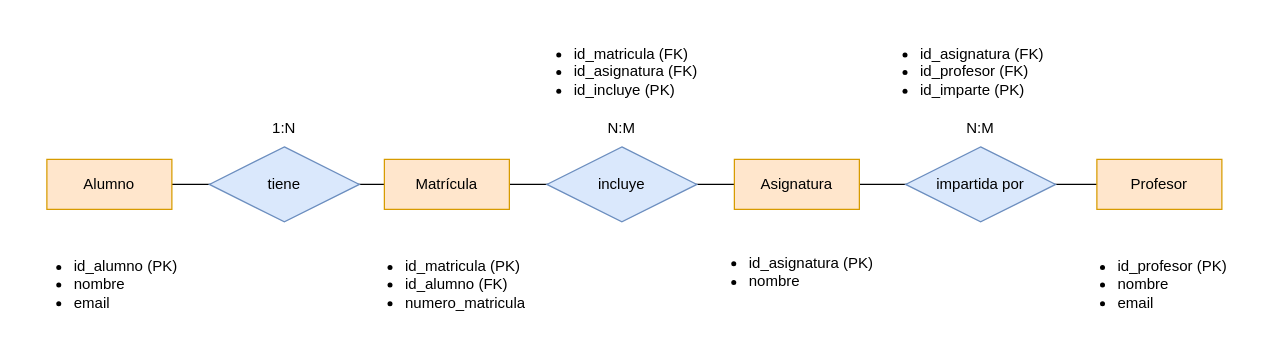
This is E1. Universidad.drawio from Milikituki/PracticasBBDD, a draw.io file, before an edit. Source tidied: cells renumbered, new cells numbered last; positions are measured from the earlier drawing's top-left corner, leaving out a move shared by most shapes. Both pictures are drawn from the tidied source at 125%, with x=0, y=0 at pixel (21, 21).
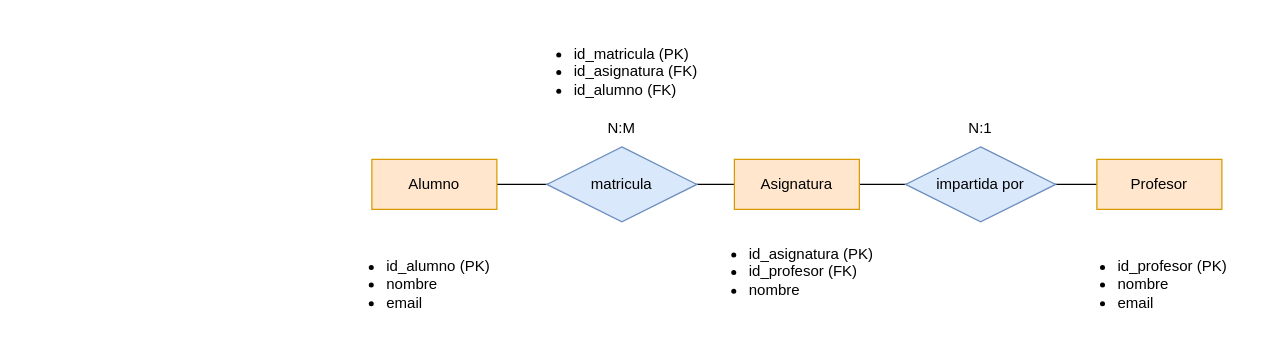
The same diagram, later.

Commit message (it also covers changes not shown here):
ejercicio universidad corregido

The edit, as a diff of the source:
```diff
@@
 <mxGraphModel>
   <root>
     <mxCell id="0" />
     <mxCell id="1" parent="0" />
     <mxCell id="2" style="edgeStyle=orthogonalEdgeStyle;rounded=0;jettySize=auto;html=1;entryX=0;entryY=0.5;entryDx=0;entryDy=0;endArrow=none;endFill=0;" parent="1" edge="1" source="3" target="6">
       <mxGeometry relative="1" as="geometry" />
     </mxCell>
     <mxCell id="3" value="Alumno" style="whiteSpace=wrap;html=1;align=center;fillColor=#ffe6cc;strokeColor=#d79b00;" parent="1" vertex="1">
-      <mxGeometry x="20" y="110" width="100" height="40" as="geometry" />
+      <mxGeometry x="280" y="110" width="100" height="40" as="geometry" />
     </mxCell>
-    <mxCell id="4" value="Matrícula" style="whiteSpace=wrap;html=1;align=center;fillColor=#ffe6cc;strokeColor=#d79b00;" parent="1" vertex="1">
-      <mxGeometry x="290" y="110" width="100" height="40" as="geometry" />
-    </mxCell>
     <mxCell id="5" value="Asignatura" style="whiteSpace=wrap;html=1;align=center;fillColor=#ffe6cc;strokeColor=#d79b00;" parent="1" vertex="1">
       <mxGeometry x="570" y="110" width="100" height="40" as="geometry" />
     </mxCell>
     <mxCell id="6" value="Profesor" style="whiteSpace=wrap;html=1;align=center;fillColor=#ffe6cc;strokeColor=#d79b00;" parent="1" vertex="1">
       <mxGeometry x="860" y="110" width="100" height="40" as="geometry" />
     </mxCell>
-    <mxCell id="7" value="tiene" style="shape=rhombus;perimeter=rhombusPerimeter;whiteSpace=wrap;html=1;align=center;fillColor=#dae8fc;strokeColor=#6c8ebf;" parent="1" vertex="1">
-      <mxGeometry x="150" y="100" width="120" height="60" as="geometry" />
-    </mxCell>
-    <mxCell id="8" value="incluye" style="shape=rhombus;perimeter=rhombusPerimeter;whiteSpace=wrap;html=1;align=center;fillColor=#dae8fc;strokeColor=#6c8ebf;" parent="1" vertex="1">
+    <mxCell id="8" value="matricula" style="shape=rhombus;perimeter=rhombusPerimeter;whiteSpace=wrap;html=1;align=center;fillColor=#dae8fc;strokeColor=#6c8ebf;" parent="1" vertex="1">
       <mxGeometry x="420" y="100" width="120" height="60" as="geometry" />
     </mxCell>
     <mxCell id="9" value="impartida por" style="shape=rhombus;perimeter=rhombusPerimeter;whiteSpace=wrap;html=1;align=center;fillColor=#dae8fc;strokeColor=#6c8ebf;" parent="1" vertex="1">
       <mxGeometry x="707" y="100" width="120" height="60" as="geometry" />
     </mxCell>
-    <mxCell id="10" value="1:N" style="text;html=1;whiteSpace=wrap;strokeColor=none;fillColor=none;align=center;verticalAlign=middle;rounded=0;" parent="1" vertex="1">
-      <mxGeometry x="180" y="70" width="60" height="30" as="geometry" />
-    </mxCell>
     <mxCell id="11" value="N:M" style="text;html=1;whiteSpace=wrap;strokeColor=none;fillColor=none;align=center;verticalAlign=middle;rounded=0;" parent="1" vertex="1">
       <mxGeometry x="450" y="70" width="60" height="30" as="geometry" />
     </mxCell>
-    <mxCell id="12" value="N:M" style="text;html=1;whiteSpace=wrap;strokeColor=none;fillColor=none;align=center;verticalAlign=middle;rounded=0;" parent="1" vertex="1">
+    <mxCell id="12" value="N:1" style="text;html=1;whiteSpace=wrap;strokeColor=none;fillColor=none;align=center;verticalAlign=middle;rounded=0;" parent="1" vertex="1">
       <mxGeometry x="737" y="70" width="60" height="30" as="geometry" />
     </mxCell>
     <mxCell id="13" value="&lt;ul&gt;&lt;li&gt;id_alumno (PK)&lt;/li&gt;&lt;li&gt;nombre&lt;/li&gt;&lt;li&gt;email&lt;/li&gt;&lt;/ul&gt;" style="text;strokeColor=none;fillColor=none;html=1;whiteSpace=wrap;verticalAlign=middle;overflow=hidden;" parent="1" vertex="1">
-      <mxGeometry y="170" width="150" height="80" as="geometry" />
+      <mxGeometry x="250" y="170" width="150" height="80" as="geometry" />
     </mxCell>
-    <mxCell id="14" value="&lt;ul&gt;&lt;li&gt;id_matricula (PK)&lt;/li&gt;&lt;li&gt;id_alumno (FK)&lt;/li&gt;&lt;li&gt;numero_matricula&lt;/li&gt;&lt;/ul&gt;" style="text;strokeColor=none;fillColor=none;html=1;whiteSpace=wrap;verticalAlign=middle;overflow=hidden;" parent="1" vertex="1">
-      <mxGeometry x="265" y="170" width="150" height="80" as="geometry" />
-    </mxCell>
-    <mxCell id="15" value="&lt;ul&gt;&lt;li&gt;id_asignatura (PK)&lt;/li&gt;&lt;li&gt;nombre&lt;/li&gt;&lt;/ul&gt;" style="text;strokeColor=none;fillColor=none;html=1;whiteSpace=wrap;verticalAlign=middle;overflow=hidden;" parent="1" vertex="1">
+    <mxCell id="15" value="&lt;ul&gt;&lt;li&gt;id_asignatura (PK)&lt;/li&gt;&lt;li&gt;id_profesor (FK)&lt;/li&gt;&lt;li&gt;nombre&lt;/li&gt;&lt;/ul&gt;" style="text;strokeColor=none;fillColor=none;html=1;whiteSpace=wrap;verticalAlign=middle;overflow=hidden;" parent="1" vertex="1">
       <mxGeometry x="540" y="160" width="150" height="80" as="geometry" />
     </mxCell>
     <mxCell id="16" value="&lt;ul&gt;&lt;li&gt;id_profesor (PK)&lt;/li&gt;&lt;li&gt;nombre&lt;/li&gt;&lt;li&gt;email&lt;/li&gt;&lt;/ul&gt;" style="text;strokeColor=none;fillColor=none;html=1;whiteSpace=wrap;verticalAlign=middle;overflow=hidden;" parent="1" vertex="1">
       <mxGeometry x="835" y="170" width="150" height="80" as="geometry" />
     </mxCell>
-    <mxCell id="17" value="&lt;ul&gt;&lt;li&gt;id_matricula (FK)&lt;/li&gt;&lt;li&gt;id_asignatura (FK)&lt;/li&gt;&lt;li&gt;id_incluye (PK)&lt;/li&gt;&lt;/ul&gt;" style="text;strokeColor=none;fillColor=none;html=1;whiteSpace=wrap;verticalAlign=middle;overflow=hidden;" parent="1" vertex="1">
+    <mxCell id="17" value="&lt;ul&gt;&lt;li&gt;id_matricula (PK)&lt;/li&gt;&lt;li&gt;id_asignatura (FK)&lt;/li&gt;&lt;li&gt;id_alumno (FK)&lt;/li&gt;&lt;/ul&gt;" style="text;strokeColor=none;fillColor=none;html=1;whiteSpace=wrap;verticalAlign=middle;overflow=hidden;" parent="1" vertex="1">
       <mxGeometry x="400" width="150" height="80" as="geometry" />
     </mxCell>
-    <mxCell id="18" value="&lt;ul&gt;&lt;li&gt;id_asignatura (FK)&lt;/li&gt;&lt;li&gt;id_profesor (FK)&lt;/li&gt;&lt;li&gt;id_imparte (PK)&lt;/li&gt;&lt;/ul&gt;" style="text;strokeColor=none;fillColor=none;html=1;whiteSpace=wrap;verticalAlign=middle;overflow=hidden;" parent="1" vertex="1">
-      <mxGeometry x="677" width="150" height="80" as="geometry" />
-    </mxCell>
   </root>
 </mxGraphModel>
```
